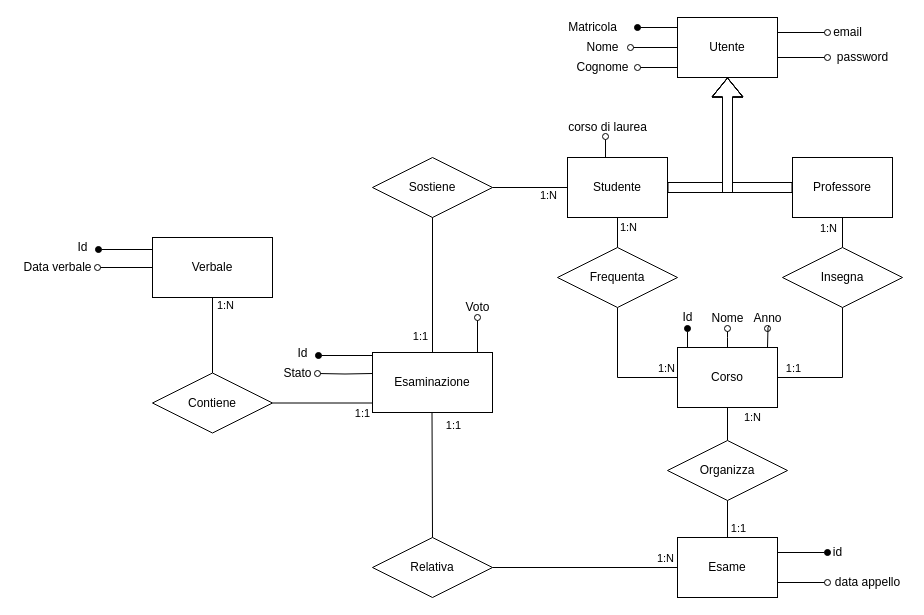
The draw.io diagram documentazione/Database_Design.drawio in AndreaDonati/tiw-project, before the edit. Source tidied: cells renumbered, new cells numbered last; positions are measured from the earlier drawing's top-left corner, leaving out a move shared by most shapes. Both pictures are drawn from the tidied source at 100%, with x=0, y=0 at pixel (17, 17).
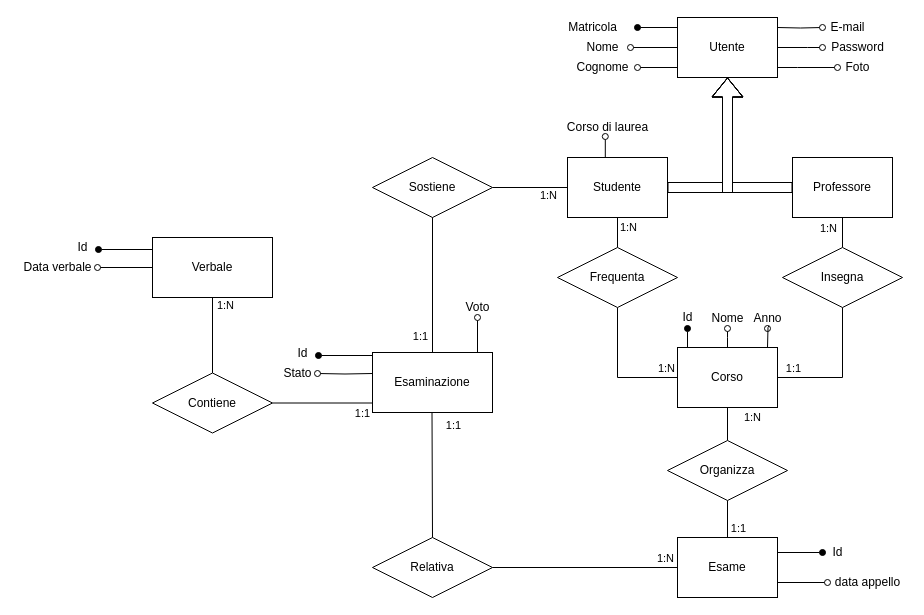
Above is the later version.

The change refers to these unchanged cells:
```xml
<mxCell id="7" value="Utente" style="whiteSpace=wrap;html=1;align=center;" parent="1" vertex="1">
  <mxGeometry x="660" width="100" height="60" as="geometry" />
</mxCell>
```

The edit, as a diff of the source:
```diff
@@
-    <mxCell id="5" style="edgeStyle=orthogonalEdgeStyle;rounded=0;jettySize=auto;html=1;exitX=1;exitY=0.25;exitDx=0;exitDy=0;endArrow=oval;endFill=0;" parent="1" edge="1" source="7" target="11">
-      <mxGeometry relative="1" as="geometry" />
+    <mxCell id="5" style="edgeStyle=orthogonalEdgeStyle;rounded=0;jettySize=auto;html=1;exitX=1;exitY=0.25;exitDx=0;exitDy=0;endArrow=oval;endFill=0;" parent="1" edge="1" target="11">
+      <mxGeometry relative="1" as="geometry">
+        <mxPoint x="760" y="10" as="sourcePoint" />
+      </mxGeometry>
     </mxCell>
     <mxCell id="6" style="edgeStyle=orthogonalEdgeStyle;rounded=0;jettySize=auto;html=1;exitX=1;exitY=0.5;exitDx=0;exitDy=0;endArrow=oval;endFill=0;" parent="1" edge="1" source="7" target="23">
       <mxGeometry relative="1" as="geometry">
         <Array as="points">
-          <mxPoint x="760" y="40" />
+          <mxPoint x="790" y="30" />
+          <mxPoint x="790" y="30" />
         </Array>
       </mxGeometry>
     </mxCell>
@@
-    <mxCell id="11" value="email" style="text;html=1;align=center;verticalAlign=middle;points=[];" parent="1" vertex="1">
-      <mxGeometry x="810" y="5" width="40" height="20" as="geometry" />
+    <mxCell id="11" value="E-mail" style="text;html=1;align=center;verticalAlign=middle;points=[];" parent="1" vertex="1">
+      <mxGeometry x="805" width="50" height="20" as="geometry" />
     </mxCell>
@@
-    <mxCell id="23" value="password" style="text;html=1;align=center;verticalAlign=middle;points=[];" parent="1" vertex="1">
-      <mxGeometry x="810" y="30" width="70" height="20" as="geometry" />
+    <mxCell id="23" value="Password" style="text;html=1;align=center;verticalAlign=middle;points=[];" parent="1" vertex="1">
+      <mxGeometry x="805" y="20" width="70" height="20" as="geometry" />
     </mxCell>
-    <mxCell id="24" value="corso di laurea" style="text;html=1;align=center;verticalAlign=middle;points=[];" parent="1" vertex="1">
-      <mxGeometry x="545" y="100" width="90" height="20" as="geometry" />
+    <mxCell id="24" value="Corso di laurea" style="text;html=1;align=center;verticalAlign=middle;points=[];" parent="1" vertex="1">
+      <mxGeometry x="540" y="100" width="100" height="20" as="geometry" />
     </mxCell>
@@
-    <mxCell id="45" value="id" style="text;html=1;align=center;verticalAlign=middle;points=[];" parent="1" vertex="1">
-      <mxGeometry x="810" y="525" width="20" height="20" as="geometry" />
+    <mxCell id="45" value="Id" style="text;html=1;align=center;verticalAlign=middle;points=[];" parent="1" vertex="1">
+      <mxGeometry x="805" y="525" width="30" height="20" as="geometry" />
     </mxCell>
@@
+    <mxCell id="73" style="edgeStyle=orthogonalEdgeStyle;rounded=0;jettySize=auto;html=1;endArrow=oval;endFill=0;" parent="1" edge="1" source="7" target="74">
+      <mxGeometry relative="1" as="geometry">
+        <Array as="points">
+          <mxPoint x="780" y="50" />
+          <mxPoint x="780" y="50" />
+        </Array>
+      </mxGeometry>
+    </mxCell>
+    <mxCell id="74" value="Foto" style="text;html=1;align=center;verticalAlign=middle;points=[];" parent="1" vertex="1">
+      <mxGeometry x="820" y="40" width="40" height="20" as="geometry" />
+    </mxCell>
```
